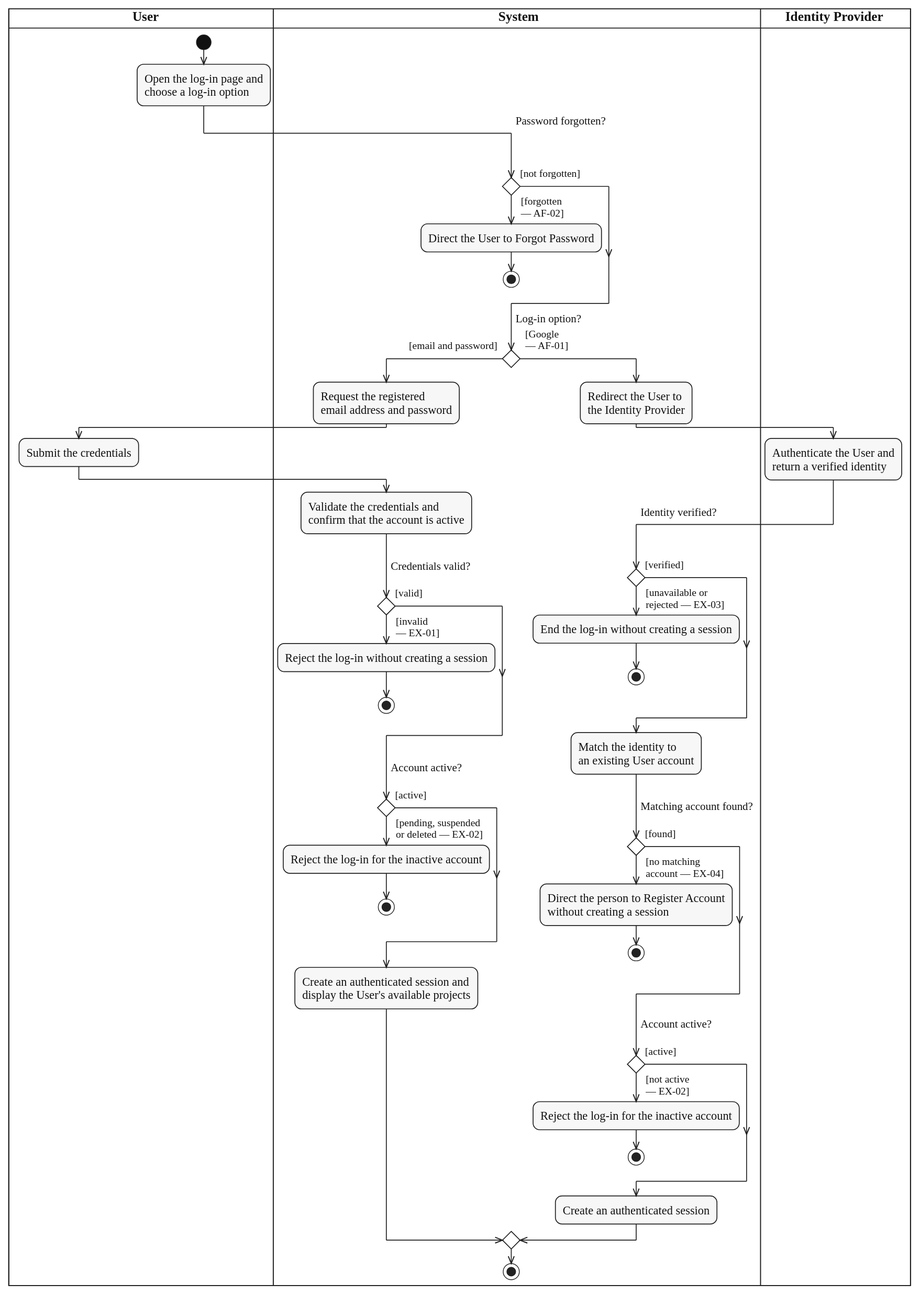
Above: diagrams/activity/account-authentication/svg/UC-SIGN-IN.svg in lukenab/swd392-doc-automation (PlantUML), before the change. Its source is kept beside it as diagrams/activity/account-authentication/source/UC-SIGN-IN.puml. Its diagram source:
```plantuml
@startuml UC-SIGN-IN
!include ../../_shared/activity-style.puml

|USR| $lane_title("User")
|SYS| $lane_title("System")
|IDP| $lane_title("Identity Provider")

|USR|
start
:Open the log-in page and
choose a log-in option;
|SYS|
if ($question_x("Password forgotten?")) then ($guard_left("[not forgotten]"))
else ($guard_right("[forgotten", "— AF-02]"))
  :Direct the User to Forgot Password;
  stop
endif
if ($question("Log-in option?")) then ($guard_left("[email and password]"))
  :Request the registered
  email address and password;
  |USR|
  :Submit the credentials;
  |SYS|
  :Validate the credentials and
  confirm that the account is active;
  if ($question("Credentials valid?")) then ($guard_left("[valid]"))
  else ($guard_right("[invalid", "— EX-01]"))
    :Reject the log-in without creating a session;
    stop
  endif
  if ($question("Account active?")) then ($guard_left("[active]"))
  else ($guard_right("[pending, suspended", "or deleted — EX-02]"))
    :Reject the log-in for the inactive account;
    stop
  endif
  :Create an authenticated session and
  display the User's available projects;
else ($guard_right("[Google", "— AF-01]"))
  :Redirect the User to
  the Identity Provider;
  |IDP|
  :Authenticate the User and
  return a verified identity;
  |SYS|
  if ($question_x("Identity verified?")) then ($guard_left("[verified]"))
  else ($guard_right("[unavailable or", "rejected — EX-03]"))
    :End the log-in without creating a session;
    stop
  endif
  :Match the identity to
  an existing User account;
  if ($question("Matching account found?")) then ($guard_left("[found]"))
  else ($guard_right("[no matching", "account — EX-04]"))
    :Direct the person to Register Account
    without creating a session;
    stop
  endif
  if ($question("Account active?")) then ($guard_left("[active]"))
  else ($guard_right("[not active", "— EX-02]"))
    :Reject the log-in for the inactive account;
    stop
  endif
  :Create an authenticated session;
endif
stop
@enduml
```
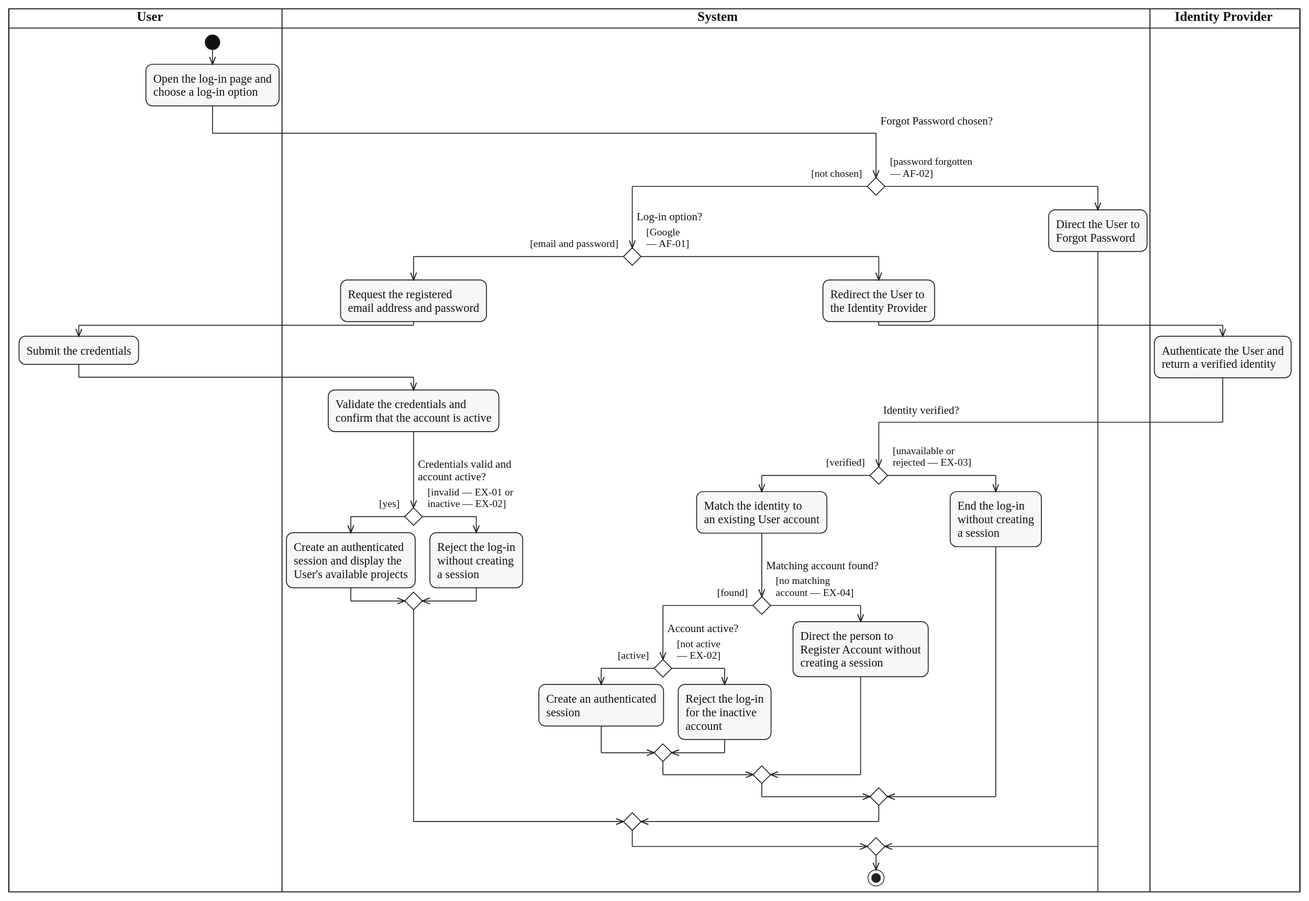
The same file after the commit.

Commit message:
docs(activity): merge same-outcome end nodes in account authentication diagrams

What changed in the source:
```diff
@@ -1,6 +1,5 @@
 @startuml UC-SIGN-IN
 !include ../../_shared/activity-style.puml
-
 |USR| $lane_title("User")
 |SYS| $lane_title("System")
 |IDP| $lane_title("Identity Provider")
@@ -10,57 +9,58 @@
 :Open the log-in page and
 choose a log-in option;
 |SYS|
-if ($question_x("Password forgotten?")) then ($guard_left("[not forgotten]"))
-else ($guard_right("[forgotten", "— AF-02]"))
-  :Direct the User to Forgot Password;
-  stop
+if ($question_x("Forgot Password chosen?")) then ($guard_left("[not chosen]"))
+  if ($question("Log-in option?")) then ($guard_left("[email and password]"))
+    :Request the registered
+    email address and password;
+    |USR|
+    :Submit the credentials;
+    |SYS|
+    :Validate the credentials and
+    confirm that the account is active;
+    if ($question("Credentials valid and\naccount active?")) then ($guard_left("[yes]"))
+      :Create an authenticated
+      session and display the
+      User's available projects;
+    else ($guard_right("[invalid — EX-01 or", "inactive — EX-02]"))
+      :Reject the log-in
+      without creating
+      a session;
+    endif
+  else ($guard_right("[Google", "— AF-01]"))
+    :Redirect the User to
+    the Identity Provider;
+    |IDP|
+    :Authenticate the User and
+    return a verified identity;
+    |SYS|
+    if ($question_x("Identity verified?")) then ($guard_left("[verified]"))
+      :Match the identity to
+      an existing User account;
+      if ($question("Matching account found?")) then ($guard_left("[found]"))
+        if ($question("Account active?")) then ($guard_left("[active]"))
+          :Create an authenticated
+          session;
+        else ($guard_right("[not active", "— EX-02]"))
+          :Reject the log-in
+          for the inactive
+          account;
+        endif
+      else ($guard_right("[no matching", "account — EX-04]"))
+        :Direct the person to
+        Register Account without
+        creating a session;
+      endif
+    else ($guard_right("[unavailable or", "rejected — EX-03]"))
+      :End the log-in
+      without creating
+      a session;
+    endif
+  endif
+else ($guard_right("[password forgotten", "— AF-02]"))
+  :Direct the User to
+  Forgot Password;
 endif
-if ($question("Log-in option?")) then ($guard_left("[email and password]"))
-  :Request the registered
-  email address and password;
-  |USR|
-  :Submit the credentials;
-  |SYS|
-  :Validate the credentials and
-  confirm that the account is active;
-  if ($question("Credentials valid?")) then ($guard_left("[valid]"))
-  else ($guard_right("[invalid", "— EX-01]"))
-    :Reject the log-in without creating a session;
-    stop
-  endif
-  if ($question("Account active?")) then ($guard_left("[active]"))
-  else ($guard_right("[pending, suspended", "or deleted — EX-02]"))
-    :Reject the log-in for the inactive account;
-    stop
-  endif
-  :Create an authenticated session and
-  display the User's available projects;
-else ($guard_right("[Google", "— AF-01]"))
-  :Redirect the User to
-  the Identity Provider;
-  |IDP|
-  :Authenticate the User and
-  return a verified identity;
-  |SYS|
-  if ($question_x("Identity verified?")) then ($guard_left("[verified]"))
-  else ($guard_right("[unavailable or", "rejected — EX-03]"))
-    :End the log-in without creating a session;
-    stop
-  endif
-  :Match the identity to
-  an existing User account;
-  if ($question("Matching account found?")) then ($guard_left("[found]"))
-  else ($guard_right("[no matching", "account — EX-04]"))
-    :Direct the person to Register Account
-    without creating a session;
-    stop
-  endif
-  if ($question("Account active?")) then ($guard_left("[active]"))
-  else ($guard_right("[not active", "— EX-02]"))
-    :Reject the log-in for the inactive account;
-    stop
-  endif
-  :Create an authenticated session;
-endif
+|SYS|
 stop
 @enduml
```
